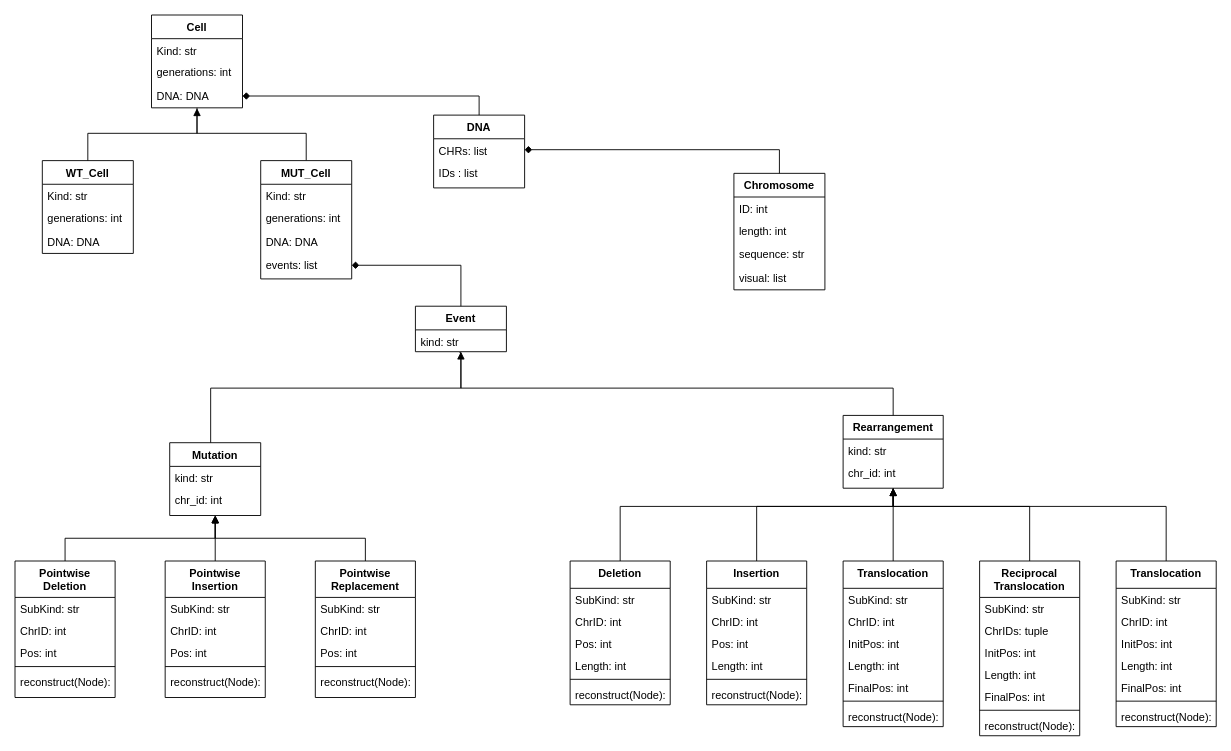
This is page "Pagina-2" (2 of 3) of diagrams/Simulator with visualization.drawio from robertonetti/yeast-cascade-mutation-simulator, a draw.io file, before an edit. Source tidied: cells renumbered, new cells numbered last; positions are measured from the earlier drawing's top-left corner, leaving out a move shared by most shapes. Both pictures are drawn from the tidied source at 91%, with x=0, y=0 at pixel (15, 15).
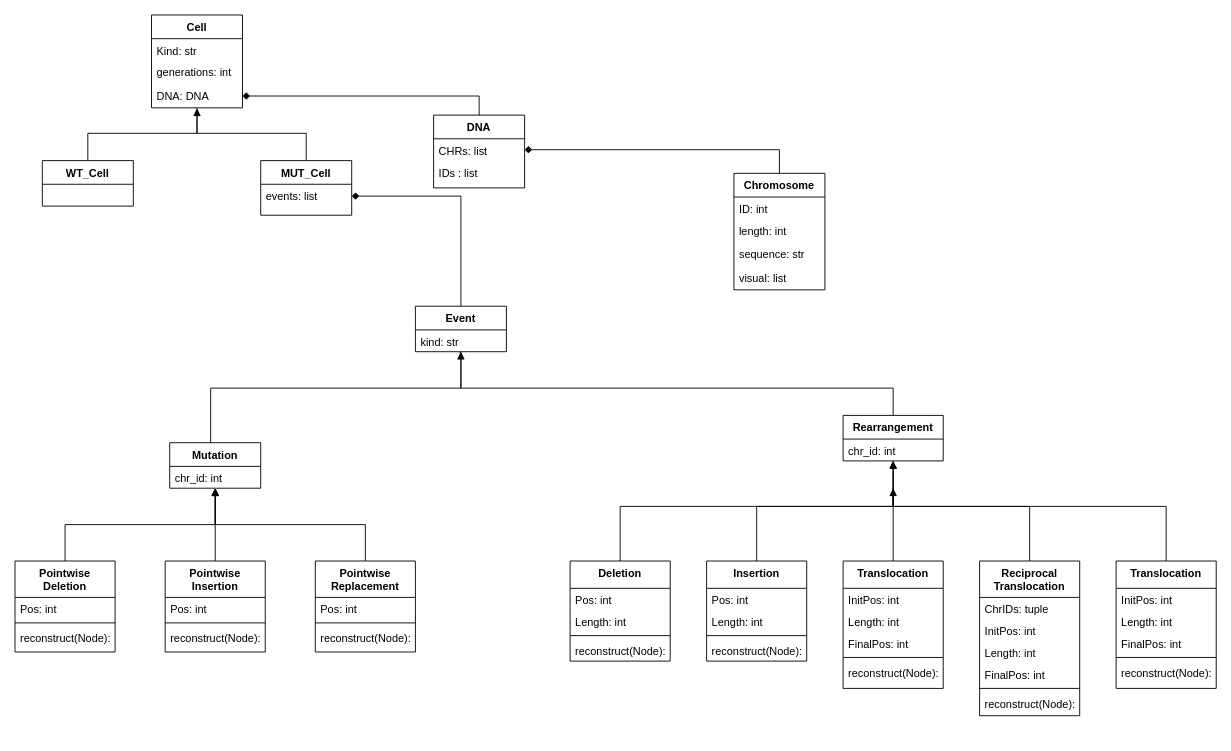
After the change.

What changed in the source:
```diff
@@
     <mxCell id="7" value="WT_Cell" style="swimlane;fontStyle=1;align=center;verticalAlign=top;horizontal=1;startSize=26;rounded=0;shadow=0;strokeWidth=1;labelBackgroundColor=none;labelBorderColor=none;" parent="1" vertex="1">
-      <mxGeometry x="30" y="160" width="100" height="102" as="geometry" />
+      <mxGeometry x="30" y="160" width="100" height="50" as="geometry" />
     </mxCell>
-    <mxCell id="8" value="Kind: str&#10;" style="text;align=left;verticalAlign=top;spacingLeft=4;spacingRight=4;overflow=hidden;" parent="7" vertex="1">
-      <mxGeometry y="26" width="100" height="24" as="geometry" />
-    </mxCell>
-    <mxCell id="9" value="generations: int&#10; &#10;" style="text;align=left;verticalAlign=top;spacingLeft=4;spacingRight=4;overflow=hidden;" parent="7" vertex="1">
-      <mxGeometry y="50" width="100" height="26" as="geometry" />
-    </mxCell>
-    <mxCell id="10" value="DNA: DNA" style="text;align=left;verticalAlign=top;spacingLeft=4;spacingRight=4;overflow=hidden;points=[[0,0.5],[1,0.5]];portConstraint=eastwest;" parent="7" vertex="1">
-      <mxGeometry y="76" width="100" height="26" as="geometry" />
-    </mxCell>
-    <mxCell id="11" style="edgeStyle=orthogonalEdgeStyle;rounded=0;orthogonalLoop=1;jettySize=auto;html=1;exitX=1;exitY=0.5;exitDx=0;exitDy=0;" parent="7" edge="1" source="10" target="10">
-      <mxGeometry relative="1" as="geometry" />
+    <mxCell id="11" style="edgeStyle=orthogonalEdgeStyle;rounded=0;orthogonalLoop=1;jettySize=auto;html=1;exitX=1;exitY=0.5;exitDx=0;exitDy=0;" parent="7" edge="1">
+      <mxGeometry relative="1" as="geometry">
+        <mxPoint x="100" y="89" as="sourcePoint" />
+        <mxPoint x="100" y="89" as="targetPoint" />
+      </mxGeometry>
     </mxCell>
@@
     <mxCell id="13" value="MUT_Cell" style="swimlane;fontStyle=1;align=center;verticalAlign=top;horizontal=1;startSize=26;rounded=0;shadow=0;strokeWidth=1;labelBackgroundColor=none;labelBorderColor=none;" parent="1" vertex="1">
-      <mxGeometry x="270" y="160" width="100" height="130" as="geometry" />
+      <mxGeometry x="270" y="160" width="100" height="60" as="geometry" />
     </mxCell>
-    <mxCell id="14" value="Kind: str&#10;" style="text;align=left;verticalAlign=top;spacingLeft=4;spacingRight=4;overflow=hidden;" parent="13" vertex="1">
-      <mxGeometry y="26" width="100" height="24" as="geometry" />
-    </mxCell>
-    <mxCell id="15" value="generations: int&#10; &#10;" style="text;align=left;verticalAlign=top;spacingLeft=4;spacingRight=4;overflow=hidden;" parent="13" vertex="1">
-      <mxGeometry y="50" width="100" height="26" as="geometry" />
-    </mxCell>
-    <mxCell id="16" value="DNA: DNA" style="text;align=left;verticalAlign=top;spacingLeft=4;spacingRight=4;overflow=hidden;points=[[0,0.5],[1,0.5]];portConstraint=eastwest;" parent="13" vertex="1">
-      <mxGeometry y="76" width="100" height="26" as="geometry" />
-    </mxCell>
     <mxCell id="17" value="events: list" style="text;align=left;verticalAlign=top;spacingLeft=4;spacingRight=4;overflow=hidden;points=[[0,0.5],[1,0.5]];portConstraint=eastwest;" parent="13" vertex="1">
-      <mxGeometry y="102" width="100" height="26" as="geometry" />
+      <mxGeometry y="26" width="100" height="26" as="geometry" />
     </mxCell>
-    <mxCell id="18" style="edgeStyle=orthogonalEdgeStyle;rounded=0;orthogonalLoop=1;jettySize=auto;html=1;exitX=1;exitY=0.5;exitDx=0;exitDy=0;" parent="13" edge="1" source="16" target="16">
-      <mxGeometry relative="1" as="geometry" />
+    <mxCell id="18" style="edgeStyle=orthogonalEdgeStyle;rounded=0;orthogonalLoop=1;jettySize=auto;html=1;exitX=1;exitY=0.5;exitDx=0;exitDy=0;" parent="13" edge="1">
+      <mxGeometry relative="1" as="geometry">
+        <mxPoint x="100" y="89" as="sourcePoint" />
+        <mxPoint x="100" y="89" as="targetPoint" />
+      </mxGeometry>
     </mxCell>
@@
     <mxCell id="34" value="Mutation" style="swimlane;fontStyle=1;align=center;verticalAlign=top;horizontal=1;startSize=26;rounded=0;shadow=0;strokeWidth=1;labelBackgroundColor=none;labelBorderColor=none;" parent="1" vertex="1">
-      <mxGeometry x="170" y="470" width="100" height="80" as="geometry" />
+      <mxGeometry x="170" y="470" width="100" height="50" as="geometry" />
     </mxCell>
-    <mxCell id="35" value="kind: str" style="text;align=left;verticalAlign=top;spacingLeft=4;spacingRight=4;overflow=hidden;" parent="34" vertex="1">
-      <mxGeometry y="26" width="100" height="24" as="geometry" />
-    </mxCell>
     <mxCell id="36" value="chr_id: int" style="text;align=left;verticalAlign=top;spacingLeft=4;spacingRight=4;overflow=hidden;" parent="34" vertex="1">
-      <mxGeometry y="50" width="100" height="24" as="geometry" />
+      <mxGeometry y="26" width="100" height="24" as="geometry" />
     </mxCell>
@@
     <mxCell id="39" value="Rearrangement" style="swimlane;fontStyle=1;align=center;verticalAlign=top;horizontal=1;startSize=26;rounded=0;shadow=0;strokeWidth=1;labelBackgroundColor=none;labelBorderColor=none;" parent="1" vertex="1">
-      <mxGeometry x="910" y="440" width="110" height="80" as="geometry" />
+      <mxGeometry x="910" y="440" width="110" height="50" as="geometry" />
     </mxCell>
-    <mxCell id="40" value="kind: str" style="text;align=left;verticalAlign=top;spacingLeft=4;spacingRight=4;overflow=hidden;" parent="39" vertex="1">
-      <mxGeometry y="26" width="110" height="24" as="geometry" />
-    </mxCell>
     <mxCell id="41" value="chr_id: int" style="text;align=left;verticalAlign=top;spacingLeft=4;spacingRight=4;overflow=hidden;" parent="39" vertex="1">
-      <mxGeometry y="50" width="110" height="24" as="geometry" />
+      <mxGeometry y="26" width="110" height="24" as="geometry" />
     </mxCell>
@@
     <mxCell id="43" value="Pointwise&#10;Deletion" style="swimlane;fontStyle=1;align=center;verticalAlign=top;horizontal=1;startSize=40;rounded=0;shadow=0;strokeWidth=1;labelBackgroundColor=none;labelBorderColor=none;" parent="1" vertex="1">
-      <mxGeometry y="600" width="110" height="150" as="geometry" />
+      <mxGeometry y="600" width="110" height="100" as="geometry" />
     </mxCell>
-    <mxCell id="44" value="SubKind: str" style="text;align=left;verticalAlign=top;spacingLeft=4;spacingRight=4;overflow=hidden;" parent="43" vertex="1">
-      <mxGeometry y="40" width="110" height="24" as="geometry" />
-    </mxCell>
-    <mxCell id="45" value="ChrID: int" style="text;align=left;verticalAlign=top;spacingLeft=4;spacingRight=4;overflow=hidden;" parent="43" vertex="1">
-      <mxGeometry y="64" width="110" height="24" as="geometry" />
-    </mxCell>
     <mxCell id="46" value="Pos: int" style="text;align=left;verticalAlign=top;spacingLeft=4;spacingRight=4;overflow=hidden;" parent="43" vertex="1">
-      <mxGeometry y="88" width="110" height="24" as="geometry" />
+      <mxGeometry y="40" width="110" height="24" as="geometry" />
     </mxCell>
     <mxCell id="47" style="line;html=1;strokeWidth=1;align=left;verticalAlign=middle;spacingTop=-1;spacingLeft=3;spacingRight=3;labelPosition=right;" parent="43" vertex="1">
-      <mxGeometry y="112" width="110" height="8" as="geometry" />
+      <mxGeometry y="64" width="110" height="8" as="geometry" />
     </mxCell>
@@
     <mxCell id="49" value="reconstruct(Node):" style="text;align=left;verticalAlign=top;spacingLeft=4;spacingRight=4;overflow=hidden;" parent="43" vertex="1">
-      <mxGeometry y="120" width="110" height="24" as="geometry" />
+      <mxGeometry y="72" width="110" height="24" as="geometry" />
     </mxCell>
     <mxCell id="50" value="Pointwise&#10;Insertion" style="swimlane;fontStyle=1;align=center;verticalAlign=top;horizontal=1;startSize=40;rounded=0;shadow=0;strokeWidth=1;labelBackgroundColor=none;labelBorderColor=none;" parent="1" vertex="1">
-      <mxGeometry x="165" y="600" width="110" height="150" as="geometry" />
+      <mxGeometry x="165" y="600" width="110" height="100" as="geometry" />
     </mxCell>
-    <mxCell id="51" value="SubKind: str" style="text;align=left;verticalAlign=top;spacingLeft=4;spacingRight=4;overflow=hidden;" parent="50" vertex="1">
-      <mxGeometry y="40" width="110" height="24" as="geometry" />
-    </mxCell>
-    <mxCell id="52" value="ChrID: int" style="text;align=left;verticalAlign=top;spacingLeft=4;spacingRight=4;overflow=hidden;" parent="50" vertex="1">
-      <mxGeometry y="64" width="110" height="24" as="geometry" />
-    </mxCell>
     <mxCell id="53" value="Pos: int" style="text;align=left;verticalAlign=top;spacingLeft=4;spacingRight=4;overflow=hidden;" parent="50" vertex="1">
-      <mxGeometry y="88" width="110" height="24" as="geometry" />
+      <mxGeometry y="40" width="110" height="24" as="geometry" />
     </mxCell>
     <mxCell id="54" style="line;html=1;strokeWidth=1;align=left;verticalAlign=middle;spacingTop=-1;spacingLeft=3;spacingRight=3;labelPosition=right;" parent="50" vertex="1">
-      <mxGeometry y="112" width="110" height="8" as="geometry" />
+      <mxGeometry y="64" width="110" height="8" as="geometry" />
     </mxCell>
@@
     <mxCell id="56" value="reconstruct(Node):" style="text;align=left;verticalAlign=top;spacingLeft=4;spacingRight=4;overflow=hidden;" parent="50" vertex="1">
-      <mxGeometry y="120" width="110" height="24" as="geometry" />
+      <mxGeometry y="72" width="110" height="24" as="geometry" />
     </mxCell>
     <mxCell id="57" value="Pointwise&#10;Replacement" style="swimlane;fontStyle=1;align=center;verticalAlign=top;horizontal=1;startSize=40;rounded=0;shadow=0;strokeWidth=1;labelBackgroundColor=none;labelBorderColor=none;" parent="1" vertex="1">
-      <mxGeometry x="330" y="600" width="110" height="150" as="geometry" />
+      <mxGeometry x="330" y="600" width="110" height="100" as="geometry" />
     </mxCell>
-    <mxCell id="58" value="SubKind: str" style="text;align=left;verticalAlign=top;spacingLeft=4;spacingRight=4;overflow=hidden;" parent="57" vertex="1">
-      <mxGeometry y="40" width="110" height="24" as="geometry" />
-    </mxCell>
-    <mxCell id="59" value="ChrID: int" style="text;align=left;verticalAlign=top;spacingLeft=4;spacingRight=4;overflow=hidden;" parent="57" vertex="1">
-      <mxGeometry y="64" width="110" height="24" as="geometry" />
-    </mxCell>
     <mxCell id="60" value="Pos: int" style="text;align=left;verticalAlign=top;spacingLeft=4;spacingRight=4;overflow=hidden;" parent="57" vertex="1">
-      <mxGeometry y="88" width="110" height="24" as="geometry" />
+      <mxGeometry y="40" width="110" height="24" as="geometry" />
     </mxCell>
     <mxCell id="61" style="line;html=1;strokeWidth=1;align=left;verticalAlign=middle;spacingTop=-1;spacingLeft=3;spacingRight=3;labelPosition=right;" parent="57" vertex="1">
-      <mxGeometry y="112" width="110" height="8" as="geometry" />
+      <mxGeometry y="64" width="110" height="8" as="geometry" />
     </mxCell>
@@
     <mxCell id="63" value="reconstruct(Node):" style="text;align=left;verticalAlign=top;spacingLeft=4;spacingRight=4;overflow=hidden;" parent="57" vertex="1">
-      <mxGeometry y="120" width="110" height="24" as="geometry" />
+      <mxGeometry y="72" width="110" height="24" as="geometry" />
     </mxCell>
     <mxCell id="64" value="Deletion" style="swimlane;fontStyle=1;align=center;verticalAlign=top;horizontal=1;startSize=30;rounded=0;shadow=0;strokeWidth=1;labelBackgroundColor=none;labelBorderColor=none;" parent="1" vertex="1">
-      <mxGeometry x="610" y="600" width="110" height="158" as="geometry" />
+      <mxGeometry x="610" y="600" width="110" height="110" as="geometry" />
     </mxCell>
-    <mxCell id="65" value="SubKind: str" style="text;align=left;verticalAlign=top;spacingLeft=4;spacingRight=4;overflow=hidden;" parent="64" vertex="1">
-      <mxGeometry y="30" width="110" height="24" as="geometry" />
-    </mxCell>
-    <mxCell id="66" value="ChrID: int" style="text;align=left;verticalAlign=top;spacingLeft=4;spacingRight=4;overflow=hidden;" parent="64" vertex="1">
-      <mxGeometry y="54" width="110" height="24" as="geometry" />
-    </mxCell>
     <mxCell id="67" value="Pos: int" style="text;align=left;verticalAlign=top;spacingLeft=4;spacingRight=4;overflow=hidden;" parent="64" vertex="1">
-      <mxGeometry y="78" width="110" height="24" as="geometry" />
+      <mxGeometry y="30" width="110" height="24" as="geometry" />
     </mxCell>
     <mxCell id="68" value="Length: int" style="text;align=left;verticalAlign=top;spacingLeft=4;spacingRight=4;overflow=hidden;" parent="64" vertex="1">
-      <mxGeometry y="102" width="110" height="24" as="geometry" />
+      <mxGeometry y="54" width="110" height="24" as="geometry" />
     </mxCell>
     <mxCell id="69" style="line;html=1;strokeWidth=1;align=left;verticalAlign=middle;spacingTop=-1;spacingLeft=3;spacingRight=3;labelPosition=right;" parent="64" vertex="1">
-      <mxGeometry y="126" width="110" height="8" as="geometry" />
+      <mxGeometry y="78" width="110" height="8" as="geometry" />
     </mxCell>
@@
     <mxCell id="71" value="reconstruct(Node):" style="text;align=left;verticalAlign=top;spacingLeft=4;spacingRight=4;overflow=hidden;" parent="64" vertex="1">
-      <mxGeometry y="134" width="110" height="24" as="geometry" />
+      <mxGeometry y="86" width="110" height="24" as="geometry" />
     </mxCell>
     <mxCell id="72" value="Insertion" style="swimlane;fontStyle=1;align=center;verticalAlign=top;horizontal=1;startSize=30;rounded=0;shadow=0;strokeWidth=1;labelBackgroundColor=none;labelBorderColor=none;" parent="1" vertex="1">
-      <mxGeometry x="760" y="600" width="110" height="158" as="geometry" />
+      <mxGeometry x="760" y="600" width="110" height="110" as="geometry" />
     </mxCell>
-    <mxCell id="73" value="SubKind: str" style="text;align=left;verticalAlign=top;spacingLeft=4;spacingRight=4;overflow=hidden;" parent="72" vertex="1">
-      <mxGeometry y="30" width="110" height="24" as="geometry" />
-    </mxCell>
-    <mxCell id="74" value="ChrID: int" style="text;align=left;verticalAlign=top;spacingLeft=4;spacingRight=4;overflow=hidden;" parent="72" vertex="1">
-      <mxGeometry y="54" width="110" height="24" as="geometry" />
-    </mxCell>
     <mxCell id="75" value="Pos: int" style="text;align=left;verticalAlign=top;spacingLeft=4;spacingRight=4;overflow=hidden;" parent="72" vertex="1">
-      <mxGeometry y="78" width="110" height="24" as="geometry" />
+      <mxGeometry y="30" width="110" height="24" as="geometry" />
     </mxCell>
     <mxCell id="76" value="Length: int" style="text;align=left;verticalAlign=top;spacingLeft=4;spacingRight=4;overflow=hidden;" parent="72" vertex="1">
-      <mxGeometry y="102" width="110" height="24" as="geometry" />
+      <mxGeometry y="54" width="110" height="24" as="geometry" />
     </mxCell>
     <mxCell id="77" style="line;html=1;strokeWidth=1;align=left;verticalAlign=middle;spacingTop=-1;spacingLeft=3;spacingRight=3;labelPosition=right;" parent="72" vertex="1">
-      <mxGeometry y="126" width="110" height="8" as="geometry" />
+      <mxGeometry y="78" width="110" height="8" as="geometry" />
     </mxCell>
@@
     <mxCell id="79" value="reconstruct(Node):" style="text;align=left;verticalAlign=top;spacingLeft=4;spacingRight=4;overflow=hidden;" parent="72" vertex="1">
-      <mxGeometry y="134" width="110" height="24" as="geometry" />
+      <mxGeometry y="86" width="110" height="24" as="geometry" />
     </mxCell>
     <mxCell id="80" value="Translocation" style="swimlane;fontStyle=1;align=center;verticalAlign=top;horizontal=1;startSize=30;rounded=0;shadow=0;strokeWidth=1;labelBackgroundColor=none;labelBorderColor=none;" parent="1" vertex="1">
-      <mxGeometry x="910" y="600" width="110" height="182" as="geometry" />
+      <mxGeometry x="910" y="600" width="110" height="140" as="geometry" />
     </mxCell>
-    <mxCell id="81" value="SubKind: str" style="text;align=left;verticalAlign=top;spacingLeft=4;spacingRight=4;overflow=hidden;" parent="80" vertex="1">
-      <mxGeometry y="30" width="110" height="24" as="geometry" />
-    </mxCell>
-    <mxCell id="82" value="ChrID: int" style="text;align=left;verticalAlign=top;spacingLeft=4;spacingRight=4;overflow=hidden;" parent="80" vertex="1">
-      <mxGeometry y="54" width="110" height="24" as="geometry" />
-    </mxCell>
     <mxCell id="83" value="InitPos: int" style="text;align=left;verticalAlign=top;spacingLeft=4;spacingRight=4;overflow=hidden;" parent="80" vertex="1">
-      <mxGeometry y="78" width="110" height="24" as="geometry" />
+      <mxGeometry y="30" width="110" height="24" as="geometry" />
     </mxCell>
     <mxCell id="84" value="Length: int" style="text;align=left;verticalAlign=top;spacingLeft=4;spacingRight=4;overflow=hidden;" parent="80" vertex="1">
-      <mxGeometry y="102" width="110" height="24" as="geometry" />
+      <mxGeometry y="54" width="110" height="24" as="geometry" />
     </mxCell>
     <mxCell id="85" value="FinalPos: int" style="text;align=left;verticalAlign=top;spacingLeft=4;spacingRight=4;overflow=hidden;" parent="80" vertex="1">
-      <mxGeometry y="126" width="110" height="24" as="geometry" />
+      <mxGeometry y="78" width="110" height="24" as="geometry" />
     </mxCell>
     <mxCell id="86" style="line;html=1;strokeWidth=1;align=left;verticalAlign=middle;spacingTop=-1;spacingLeft=3;spacingRight=3;labelPosition=right;" parent="80" vertex="1">
-      <mxGeometry y="150" width="110" height="8" as="geometry" />
+      <mxGeometry y="102" width="110" height="8" as="geometry" />
     </mxCell>
@@
     <mxCell id="88" value="reconstruct(Node):" style="text;align=left;verticalAlign=top;spacingLeft=4;spacingRight=4;overflow=hidden;" parent="80" vertex="1">
-      <mxGeometry y="158" width="110" height="24" as="geometry" />
+      <mxGeometry y="110" width="110" height="24" as="geometry" />
     </mxCell>
     <mxCell id="89" value="Reciprocal&#10;Translocation" style="swimlane;fontStyle=1;align=center;verticalAlign=top;horizontal=1;startSize=40;rounded=0;shadow=0;strokeWidth=1;labelBackgroundColor=none;labelBorderColor=none;" parent="1" vertex="1">
-      <mxGeometry x="1060" y="600" width="110" height="192" as="geometry" />
+      <mxGeometry x="1060" y="600" width="110" height="170" as="geometry" />
     </mxCell>
-    <mxCell id="90" value="SubKind: str" style="text;align=left;verticalAlign=top;spacingLeft=4;spacingRight=4;overflow=hidden;" parent="89" vertex="1">
-      <mxGeometry y="40" width="110" height="24" as="geometry" />
-    </mxCell>
     <mxCell id="91" value="ChrIDs: tuple" style="text;align=left;verticalAlign=top;spacingLeft=4;spacingRight=4;overflow=hidden;" parent="89" vertex="1">
-      <mxGeometry y="64" width="110" height="24" as="geometry" />
+      <mxGeometry y="40" width="110" height="24" as="geometry" />
     </mxCell>
     <mxCell id="92" value="InitPos: int" style="text;align=left;verticalAlign=top;spacingLeft=4;spacingRight=4;overflow=hidden;" parent="89" vertex="1">
-      <mxGeometry y="88" width="110" height="24" as="geometry" />
+      <mxGeometry y="64" width="110" height="24" as="geometry" />
     </mxCell>
     <mxCell id="93" value="Length: int" style="text;align=left;verticalAlign=top;spacingLeft=4;spacingRight=4;overflow=hidden;" parent="89" vertex="1">
-      <mxGeometry y="112" width="110" height="24" as="geometry" />
+      <mxGeometry y="88" width="110" height="24" as="geometry" />
     </mxCell>
     <mxCell id="94" value="FinalPos: int" style="text;align=left;verticalAlign=top;spacingLeft=4;spacingRight=4;overflow=hidden;" parent="89" vertex="1">
-      <mxGeometry y="136" width="110" height="24" as="geometry" />
+      <mxGeometry y="112" width="110" height="24" as="geometry" />
     </mxCell>
     <mxCell id="95" style="line;html=1;strokeWidth=1;align=left;verticalAlign=middle;spacingTop=-1;spacingLeft=3;spacingRight=3;labelPosition=right;" parent="89" vertex="1">
-      <mxGeometry y="160" width="110" height="8" as="geometry" />
+      <mxGeometry y="136" width="110" height="8" as="geometry" />
     </mxCell>
@@
     <mxCell id="97" value="reconstruct(Node):" style="text;align=left;verticalAlign=top;spacingLeft=4;spacingRight=4;overflow=hidden;" parent="89" vertex="1">
-      <mxGeometry y="168" width="110" height="24" as="geometry" />
+      <mxGeometry y="144" width="110" height="24" as="geometry" />
     </mxCell>
     <mxCell id="98" value="Translocation" style="swimlane;fontStyle=1;align=center;verticalAlign=top;horizontal=1;startSize=30;rounded=0;shadow=0;strokeWidth=1;labelBackgroundColor=none;labelBorderColor=none;" parent="1" vertex="1">
-      <mxGeometry x="1210" y="600" width="110" height="182" as="geometry" />
+      <mxGeometry x="1210" y="600" width="110" height="140" as="geometry" />
     </mxCell>
-    <mxCell id="99" value="SubKind: str" style="text;align=left;verticalAlign=top;spacingLeft=4;spacingRight=4;overflow=hidden;" parent="98" vertex="1">
-      <mxGeometry y="30" width="110" height="24" as="geometry" />
-    </mxCell>
-    <mxCell id="100" value="ChrID: int" style="text;align=left;verticalAlign=top;spacingLeft=4;spacingRight=4;overflow=hidden;" parent="98" vertex="1">
-      <mxGeometry y="54" width="110" height="24" as="geometry" />
-    </mxCell>
     <mxCell id="101" value="InitPos: int" style="text;align=left;verticalAlign=top;spacingLeft=4;spacingRight=4;overflow=hidden;" parent="98" vertex="1">
-      <mxGeometry y="78" width="110" height="24" as="geometry" />
+      <mxGeometry y="30" width="110" height="24" as="geometry" />
     </mxCell>
     <mxCell id="102" value="Length: int" style="text;align=left;verticalAlign=top;spacingLeft=4;spacingRight=4;overflow=hidden;" parent="98" vertex="1">
-      <mxGeometry y="102" width="110" height="24" as="geometry" />
+      <mxGeometry y="54" width="110" height="24" as="geometry" />
     </mxCell>
     <mxCell id="103" value="FinalPos: int" style="text;align=left;verticalAlign=top;spacingLeft=4;spacingRight=4;overflow=hidden;" parent="98" vertex="1">
-      <mxGeometry y="126" width="110" height="24" as="geometry" />
+      <mxGeometry y="78" width="110" height="24" as="geometry" />
     </mxCell>
     <mxCell id="104" style="line;html=1;strokeWidth=1;align=left;verticalAlign=middle;spacingTop=-1;spacingLeft=3;spacingRight=3;labelPosition=right;" parent="98" vertex="1">
-      <mxGeometry y="150" width="110" height="8" as="geometry" />
+      <mxGeometry y="102" width="110" height="8" as="geometry" />
     </mxCell>
@@
     <mxCell id="106" value="reconstruct(Node):" style="text;align=left;verticalAlign=top;spacingLeft=4;spacingRight=4;overflow=hidden;" parent="98" vertex="1">
-      <mxGeometry y="158" width="110" height="24" as="geometry" />
+      <mxGeometry y="110" width="110" height="24" as="geometry" />
     </mxCell>
```
